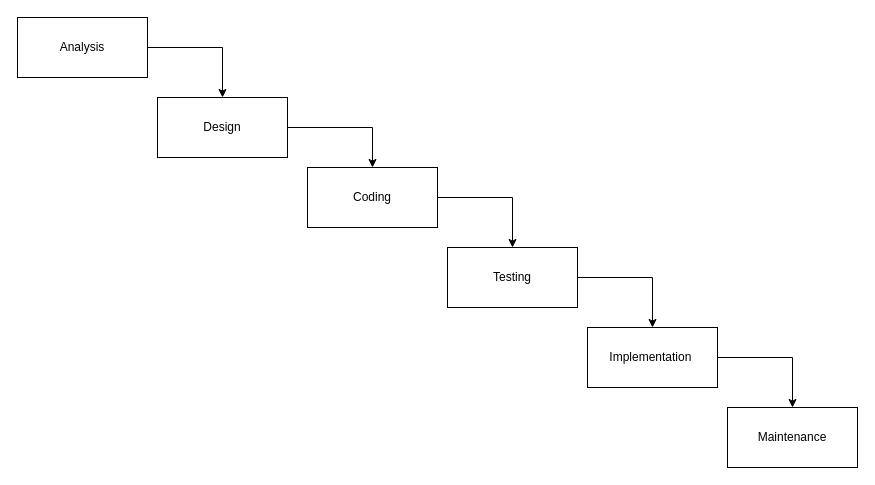
This is page "Waterfall" (10 of 12) of SIAKAD ERD.drawio from RidhoAnshory/drawiocloud, a draw.io file, before an edit. Source tidied: cells renumbered, new cells numbered last; positions are measured from the earlier drawing's top-left corner, leaving out a move shared by most shapes. Both pictures are drawn from the tidied source at 100%, with x=0, y=0 at pixel (17, 17).
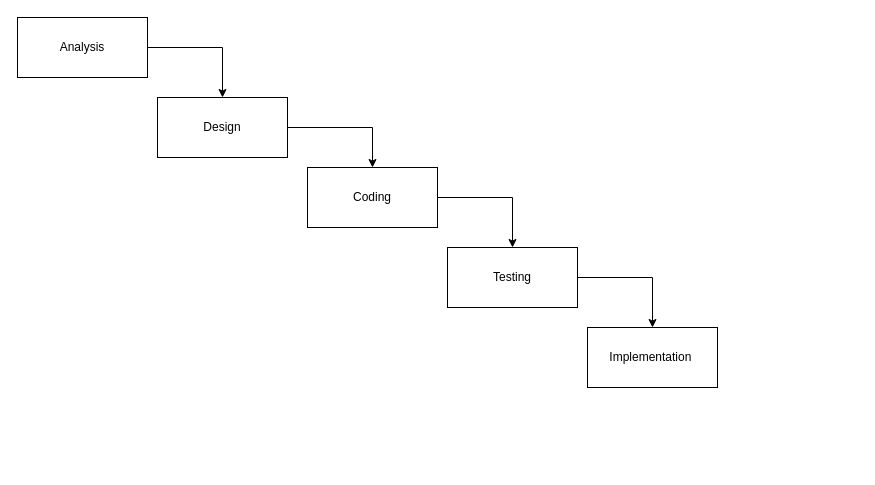
The same page after the edit.

The edit, as a diff of the source:
```diff
@@
 <mxGraphModel>
   <root>
     <mxCell id="0" />
     <mxCell id="1" parent="0" />
     <mxCell id="2" style="edgeStyle=orthogonalEdgeStyle;rounded=0;jettySize=auto;html=1;entryX=0.5;entryY=0;entryDx=0;entryDy=0;endArrow=classic;endFill=1;" parent="1" edge="1" source="3" target="5">
       <mxGeometry relative="1" as="geometry" />
     </mxCell>
     <mxCell id="3" value="Analysis" style="rounded=0;whiteSpace=wrap;html=1;" parent="1" vertex="1">
       <mxGeometry width="130" height="60" as="geometry" />
     </mxCell>
     <mxCell id="4" style="edgeStyle=orthogonalEdgeStyle;rounded=0;jettySize=auto;html=1;endArrow=classic;endFill=1;" parent="1" edge="1" source="5" target="7">
       <mxGeometry relative="1" as="geometry" />
     </mxCell>
     <mxCell id="5" value="Design" style="rounded=0;whiteSpace=wrap;html=1;" parent="1" vertex="1">
       <mxGeometry x="140" y="80" width="130" height="60" as="geometry" />
     </mxCell>
     <mxCell id="6" style="edgeStyle=orthogonalEdgeStyle;rounded=0;jettySize=auto;html=1;endArrow=classic;endFill=1;" parent="1" edge="1" source="7" target="9">
       <mxGeometry relative="1" as="geometry" />
     </mxCell>
     <mxCell id="7" value="Coding" style="rounded=0;whiteSpace=wrap;html=1;" parent="1" vertex="1">
       <mxGeometry x="290" y="150" width="130" height="60" as="geometry" />
     </mxCell>
     <mxCell id="8" style="edgeStyle=orthogonalEdgeStyle;rounded=0;jettySize=auto;html=1;endArrow=classic;endFill=1;entryX=0.5;entryY=0;entryDx=0;entryDy=0;" parent="1" edge="1" source="9" target="11">
       <mxGeometry relative="1" as="geometry" />
     </mxCell>
     <mxCell id="9" value="Testing" style="rounded=0;whiteSpace=wrap;html=1;" parent="1" vertex="1">
       <mxGeometry x="430" y="230" width="130" height="60" as="geometry" />
     </mxCell>
-    <mxCell id="10" style="edgeStyle=orthogonalEdgeStyle;rounded=0;jettySize=auto;html=1;entryX=0.5;entryY=0;entryDx=0;entryDy=0;endArrow=classic;endFill=1;" parent="1" edge="1" source="11" target="12">
-      <mxGeometry relative="1" as="geometry" />
-    </mxCell>
     <mxCell id="11" value="Implementation&amp;nbsp;" style="rounded=0;whiteSpace=wrap;html=1;" parent="1" vertex="1">
       <mxGeometry x="570" y="310" width="130" height="60" as="geometry" />
     </mxCell>
-    <mxCell id="12" value="Maintenance" style="rounded=0;whiteSpace=wrap;html=1;" parent="1" vertex="1">
-      <mxGeometry x="710" y="390" width="130" height="60" as="geometry" />
-    </mxCell>
   </root>
 </mxGraphModel>
```
